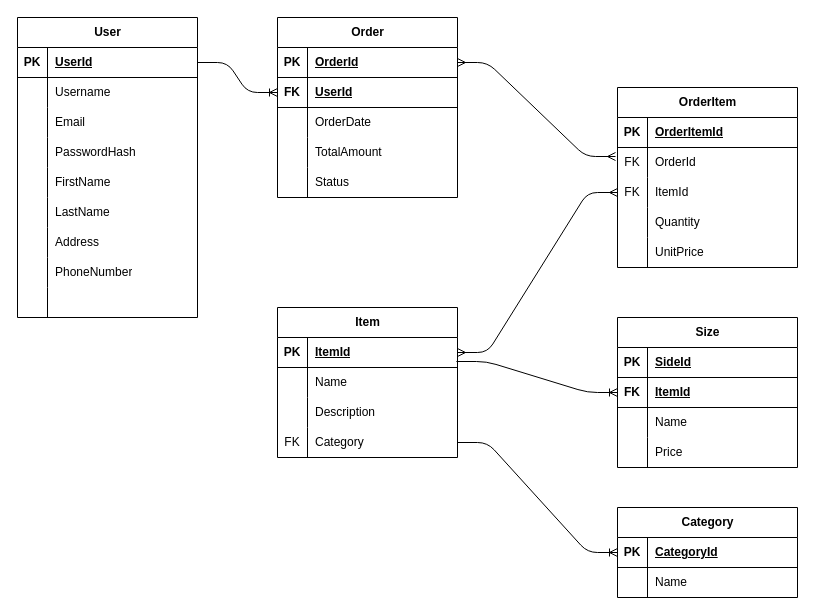
The draw.io diagram FinalProject/UML/Diagram.drawio in RankenTechnicalCollege/awd1115-coursework-Jonathan-Bauer9001, before the edit. Source tidied: cells renumbered, new cells numbered last; positions are measured from the earlier drawing's top-left corner, leaving out a move shared by most shapes. Both pictures are drawn from the tidied source at 100%, with x=0, y=0 at pixel (17, 17).
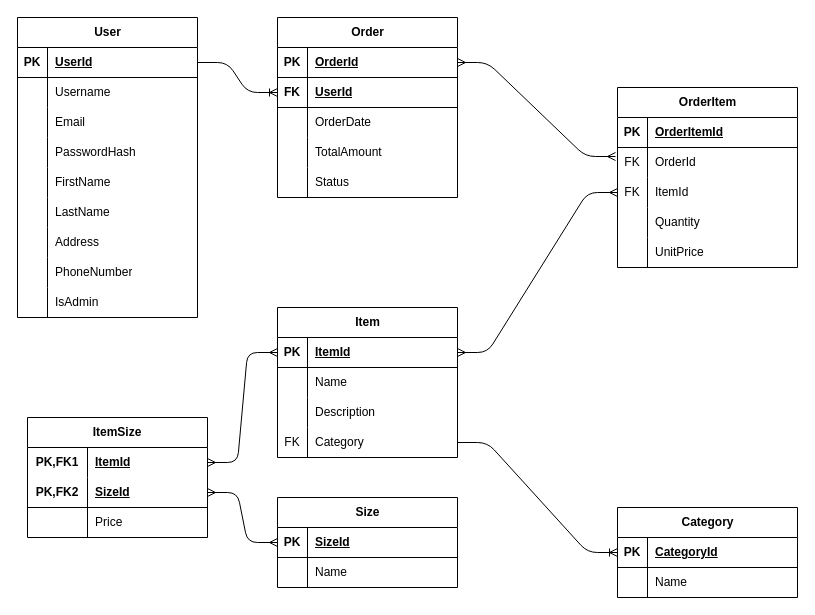
After the change.

Unchanged cells that the change refers to:
```xml
<mxCell id="27" style="shape=tableRow;horizontal=0;startSize=0;swimlaneHead=0;swimlaneBody=0;fillColor=none;top=0;left=0;right=0;bottom=0;" parent="2" vertex="1">
  <mxGeometry y="270" width="180" height="30" as="geometry" />
</mxCell>
<mxCell id="31" style="shape=tableRow;horizontal=0;startSize=0;swimlaneHead=0;swimlaneBody=0;fillColor=none;points=[[0,0.5],[1,0.5]];portConstraint=eastwest;top=0;left=0;right=0;bottom=1;" parent="30" vertex="1">
  <mxGeometry y="30" width="180" height="30" as="geometry" />
</mxCell>
<mxCell id="60" style="shape=tableRow;horizontal=0;startSize=0;swimlaneHead=0;swimlaneBody=0;fillColor=none;points=[[0,0.5],[1,0.5]];portConstraint=eastwest;top=0;left=0;right=0;bottom=1;" parent="59" vertex="1">
  <mxGeometry y="30" width="180" height="30" as="geometry" />
</mxCell>
```

What changed in the source:
```diff
@@
-    <mxCell id="29" style="shape=partialRectangle;fillColor=none;top=0;left=0;bottom=0;right=0;align=left;spacingLeft=6;overflow=hidden;whiteSpace=wrap;html=1;" parent="27" vertex="1">
+    <mxCell id="29" value="IsAdmin" style="shape=partialRectangle;fillColor=none;top=0;left=0;bottom=0;right=0;align=left;spacingLeft=6;overflow=hidden;whiteSpace=wrap;html=1;" parent="27" vertex="1">
       <mxGeometry x="30" width="150" height="30" as="geometry" />
     </mxCell>
@@
     <mxCell id="59" value="Size" style="shape=table;startSize=30;childLayout=tableLayout;rowLines=0;fontStyle=1;align=center;html=1;" parent="1" vertex="1">
-      <mxGeometry x="600" y="300" width="180" height="150" as="geometry" />
+      <mxGeometry x="260" y="480" width="180" height="90" as="geometry" />
     </mxCell>
@@
-    <mxCell id="62" value="SideId" style="shape=partialRectangle;fillColor=none;top=0;left=0;bottom=0;right=0;align=left;spacingLeft=6;fontStyle=5;overflow=hidden;whiteSpace=wrap;html=1;" parent="60" vertex="1">
+    <mxCell id="62" value="SizeId" style="shape=partialRectangle;fillColor=none;top=0;left=0;bottom=0;right=0;align=left;spacingLeft=6;fontStyle=5;overflow=hidden;whiteSpace=wrap;html=1;" parent="60" vertex="1">
       <mxGeometry x="30" width="150" height="30" as="geometry" />
     </mxCell>
-    <mxCell id="63" style="shape=tableRow;horizontal=0;startSize=0;swimlaneHead=0;swimlaneBody=0;fillColor=none;points=[[0,0.5],[1,0.5]];portConstraint=eastwest;top=0;left=0;right=0;bottom=1;" parent="59" vertex="1">
-      <mxGeometry y="60" width="180" height="30" as="geometry" />
-    </mxCell>
-    <mxCell id="64" value="FK" style="shape=partialRectangle;fillColor=none;top=0;left=0;bottom=0;right=0;fontStyle=1;overflow=hidden;whiteSpace=wrap;html=1;" parent="63" vertex="1">
-      <mxGeometry width="30" height="30" as="geometry" />
-    </mxCell>
-    <mxCell id="65" value="ItemId" style="shape=partialRectangle;fillColor=none;top=0;left=0;bottom=0;right=0;align=left;spacingLeft=6;fontStyle=5;overflow=hidden;whiteSpace=wrap;html=1;" parent="63" vertex="1">
-      <mxGeometry x="30" width="150" height="30" as="geometry" />
-    </mxCell>
     <mxCell id="66" style="shape=tableRow;horizontal=0;startSize=0;swimlaneHead=0;swimlaneBody=0;fillColor=none;top=0;left=0;right=0;bottom=0;" parent="59" vertex="1">
-      <mxGeometry y="90" width="180" height="30" as="geometry" />
+      <mxGeometry y="60" width="180" height="30" as="geometry" />
     </mxCell>
@@
-    <mxCell id="69" style="shape=tableRow;horizontal=0;startSize=0;swimlaneHead=0;swimlaneBody=0;fillColor=none;top=0;left=0;right=0;bottom=0;" parent="59" vertex="1">
-      <mxGeometry y="120" width="180" height="30" as="geometry" />
-    </mxCell>
-    <mxCell id="70" style="shape=partialRectangle;fillColor=none;top=0;left=0;bottom=0;right=0;overflow=hidden;whiteSpace=wrap;html=1;" parent="69" vertex="1">
-      <mxGeometry width="30" height="30" as="geometry" />
-    </mxCell>
-    <mxCell id="71" value="Price" style="shape=partialRectangle;fillColor=none;top=0;left=0;bottom=0;right=0;align=left;spacingLeft=6;overflow=hidden;whiteSpace=wrap;html=1;" parent="69" vertex="1">
-      <mxGeometry x="30" width="150" height="30" as="geometry" />
-    </mxCell>
@@
-    <mxCell id="95" style="edgeStyle=entityRelationEdgeStyle;fontSize=12;html=1;endArrow=ERoneToMany;exitX=0.994;exitY=0.8;exitDx=0;exitDy=0;entryX=0;entryY=0.5;entryDx=0;entryDy=0;exitPerimeter=0;" parent="1" edge="1" source="31" target="63">
-      <mxGeometry relative="1" as="geometry" />
-    </mxCell>
@@
+    <mxCell id="100" value="ItemSize" style="shape=table;startSize=30;childLayout=tableLayout;rowLines=0;fontStyle=1;align=center;html=1;whiteSpace=wrap;" parent="1" vertex="1">
+      <mxGeometry x="10" y="400" width="180" height="120" as="geometry" />
+    </mxCell>
+    <mxCell id="101" style="shape=tableRow;horizontal=0;startSize=0;swimlaneHead=0;swimlaneBody=0;fillColor=none;points=[[0,0.5],[1,0.5]];portConstraint=eastwest;top=0;left=0;right=0;bottom=0;html=1;" parent="100" vertex="1">
+      <mxGeometry y="30" width="180" height="30" as="geometry" />
+    </mxCell>
+    <mxCell id="102" value="PK,FK1" style="shape=partialRectangle;fillColor=none;top=0;left=0;bottom=0;right=0;fontStyle=1;overflow=hidden;html=1;whiteSpace=wrap;" parent="101" vertex="1">
+      <mxGeometry width="60" height="30" as="geometry" />
+    </mxCell>
+    <mxCell id="65" value="ItemId" style="shape=partialRectangle;fillColor=none;top=0;left=0;bottom=0;right=0;align=left;spacingLeft=6;fontStyle=5;overflow=hidden;html=1;whiteSpace=wrap;" parent="101" vertex="1">
+      <mxGeometry x="60" width="120" height="30" as="geometry" />
+    </mxCell>
+    <mxCell id="103" style="shape=tableRow;horizontal=0;startSize=0;swimlaneHead=0;swimlaneBody=0;fillColor=none;points=[[0,0.5],[1,0.5]];portConstraint=eastwest;top=0;left=0;right=0;bottom=1;html=1;" parent="100" vertex="1">
+      <mxGeometry y="60" width="180" height="30" as="geometry" />
+    </mxCell>
+    <mxCell id="104" value="PK,FK2" style="shape=partialRectangle;fillColor=none;top=0;left=0;bottom=0;right=0;fontStyle=1;overflow=hidden;html=1;whiteSpace=wrap;" parent="103" vertex="1">
+      <mxGeometry width="60" height="30" as="geometry" />
+    </mxCell>
+    <mxCell id="105" value="SizeId" style="shape=partialRectangle;fillColor=none;top=0;left=0;bottom=0;right=0;align=left;spacingLeft=6;fontStyle=5;overflow=hidden;html=1;whiteSpace=wrap;" parent="103" vertex="1">
+      <mxGeometry x="60" width="120" height="30" as="geometry" />
+    </mxCell>
+    <mxCell id="106" style="shape=tableRow;horizontal=0;startSize=0;swimlaneHead=0;swimlaneBody=0;fillColor=none;top=0;left=0;right=0;bottom=0;html=1;" parent="100" vertex="1">
+      <mxGeometry y="90" width="180" height="30" as="geometry" />
+    </mxCell>
+    <mxCell id="107" style="shape=partialRectangle;fillColor=none;top=0;left=0;bottom=0;right=0;overflow=hidden;html=1;whiteSpace=wrap;" parent="106" vertex="1">
+      <mxGeometry width="60" height="30" as="geometry" />
+    </mxCell>
+    <mxCell id="71" value="Price" style="shape=partialRectangle;fillColor=none;top=0;left=0;bottom=0;right=0;align=left;spacingLeft=6;overflow=hidden;html=1;whiteSpace=wrap;" parent="106" vertex="1">
+      <mxGeometry x="60" width="120" height="30" as="geometry" />
+    </mxCell>
+    <mxCell id="108" style="edgeStyle=entityRelationEdgeStyle;fontSize=12;html=1;endArrow=ERmany;startArrow=ERmany;exitX=1;exitY=0.5;exitDx=0;exitDy=0;entryX=0;entryY=0.5;entryDx=0;entryDy=0;" parent="1" edge="1" source="101" target="31">
+      <mxGeometry relative="1" as="geometry" />
+    </mxCell>
+    <mxCell id="109" style="edgeStyle=entityRelationEdgeStyle;fontSize=12;html=1;endArrow=ERmany;startArrow=ERmany;exitX=1;exitY=0.5;exitDx=0;exitDy=0;entryX=0;entryY=0.5;entryDx=0;entryDy=0;" parent="1" edge="1" source="103" target="60">
+      <mxGeometry relative="1" as="geometry" />
+    </mxCell>
```
